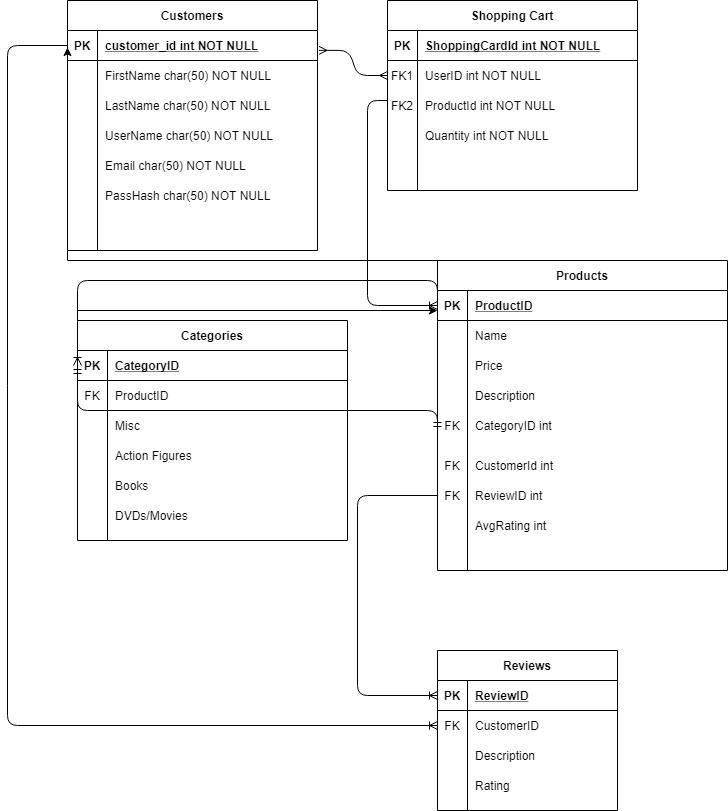
carter-willey/StarWars-ECommerce-Backend keeps this draw.io diagram as StarWarsERD.png. Above is the earlier version. Source tidied: cells renumbered, new cells last; positions are measured from the earlier drawing's top-left corner, leaving out a move shared by most shapes.
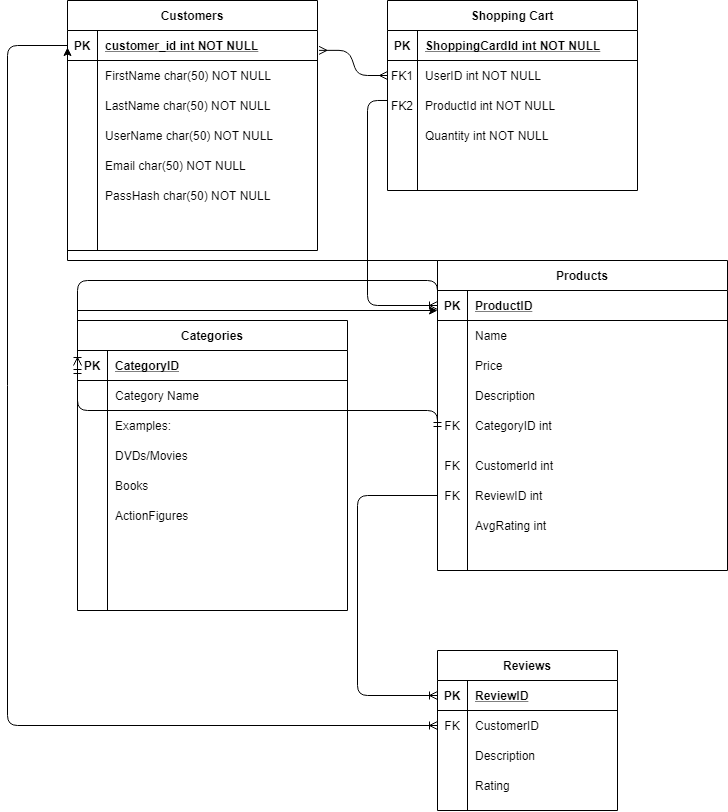
After the commit.

Commit message:
updated ERD and specifically the Product/Category relationship

The edit, as a diff of the source:
```diff
@@ -114,7 +114,7 @@
       <mxGeometry x="30" width="260" height="30" as="geometry" />
     </mxCell>
     <mxCell id="39" value="Categories" style="shape=table;startSize=30;rowLines=0;fontStyle=1;align=center;" parent="1" vertex="1">
-      <mxGeometry x="70" y="320" width="270" height="220" as="geometry" />
+      <mxGeometry x="70" y="320" width="270" height="290" as="geometry" />
     </mxCell>
     <mxCell id="40" style="shape=partialRectangle;fillColor=none;top=0;left=0;bottom=1;right=0;points=[[0,0.5],[1,0.5]];portConstraint=eastwest;" parent="39" vertex="1">
       <mxGeometry y="30" width="270" height="30" as="geometry" />
@@ -125,31 +125,22 @@
     <mxCell id="42" value="CategoryID" style="shape=partialRectangle;fillColor=none;top=0;left=0;bottom=0;right=0;align=left;spacingLeft=6;fontStyle=5;overflow=hidden;" parent="40" vertex="1">
       <mxGeometry x="30" width="240" height="30" as="geometry" />
     </mxCell>
-    <mxCell id="43" style="shape=partialRectangle;fillColor=none;top=0;left=0;bottom=0;right=0;points=[[0,0.5],[1,0.5]];portConstraint=eastwest;" parent="39" vertex="1">
-      <mxGeometry y="60" width="270" height="30" as="geometry" />
-    </mxCell>
-    <mxCell id="44" value="FK" style="shape=partialRectangle;fillColor=none;top=0;left=0;bottom=0;right=0;overflow=hidden;" parent="43" vertex="1">
-      <mxGeometry width="30" height="30" as="geometry" />
-    </mxCell>
-    <mxCell id="45" value="ProductID" style="shape=partialRectangle;fillColor=none;top=0;left=0;bottom=0;right=0;align=left;spacingLeft=6;overflow=hidden;" parent="43" vertex="1">
-      <mxGeometry x="30" width="240" height="30" as="geometry" />
-    </mxCell>
     <mxCell id="46" style="shape=partialRectangle;fillColor=none;top=0;left=0;bottom=0;right=0;" parent="39" vertex="1">
-      <mxGeometry y="90" width="270" height="30" as="geometry" />
+      <mxGeometry y="60" width="270" height="30" as="geometry" />
     </mxCell>
     <mxCell id="47" style="shape=partialRectangle;fillColor=none;top=0;left=0;bottom=0;right=0;overflow=hidden;" parent="46" vertex="1">
       <mxGeometry width="30" height="30" as="geometry" />
     </mxCell>
-    <mxCell id="48" value="Misc" style="shape=partialRectangle;fillColor=none;top=0;left=0;bottom=0;right=0;align=left;spacingLeft=6;overflow=hidden;" parent="46" vertex="1">
+    <mxCell id="48" value="Category Name" style="shape=partialRectangle;fillColor=none;top=0;left=0;bottom=0;right=0;align=left;spacingLeft=6;overflow=hidden;" parent="46" vertex="1">
       <mxGeometry x="30" width="240" height="30" as="geometry" />
     </mxCell>
     <mxCell id="49" style="shape=partialRectangle;fillColor=none;top=0;left=0;bottom=0;right=0;" parent="39" vertex="1">
-      <mxGeometry y="120" width="270" height="30" as="geometry" />
+      <mxGeometry y="90" width="270" height="30" as="geometry" />
     </mxCell>
     <mxCell id="50" style="shape=partialRectangle;fillColor=none;top=0;left=0;bottom=0;right=0;overflow=hidden;" parent="49" vertex="1">
       <mxGeometry width="30" height="30" as="geometry" />
     </mxCell>
-    <mxCell id="51" value="Action Figures" style="shape=partialRectangle;fillColor=none;top=0;left=0;bottom=0;right=0;align=left;spacingLeft=6;overflow=hidden;" parent="49" vertex="1">
+    <mxCell id="51" value="Examples:" style="shape=partialRectangle;fillColor=none;top=0;left=0;bottom=0;right=0;align=left;spacingLeft=6;overflow=hidden;" parent="49" vertex="1">
       <mxGeometry x="30" width="240" height="30" as="geometry" />
     </mxCell>
     <mxCell id="52" style="shape=partialRectangle;fillColor=none;top=0;left=0;bottom=0;right=0;" parent="1" vertex="1">
@@ -162,7 +153,7 @@
       <mxGeometry x="30" width="240" height="30" as="geometry" />
     </mxCell>
     <mxCell id="55" style="shape=partialRectangle;fillColor=none;top=0;left=0;bottom=0;right=0;" parent="1" vertex="1">
-      <mxGeometry x="70" y="500" width="270" height="30" as="geometry" />
+      <mxGeometry x="70" y="440" width="270" height="30" as="geometry" />
     </mxCell>
     <mxCell id="56" style="shape=partialRectangle;fillColor=none;top=0;left=0;bottom=0;right=0;overflow=hidden;" parent="55" vertex="1">
       <mxGeometry width="30" height="30" as="geometry" />
@@ -291,13 +282,23 @@
         </Array>
       </mxGeometry>
     </mxCell>
-    <mxCell id="89" style="edgeStyle=elbowEdgeStyle;rounded=0;jettySize=auto;elbow=vertical;html=1;exitX=0;exitY=0.5;exitDx=0;exitDy=0;" parent="1" edge="1" source="43">
+    <mxCell id="89" style="edgeStyle=elbowEdgeStyle;rounded=0;orthogonalLoop=1;jettySize=auto;elbow=vertical;html=1;exitX=0;exitY=0.5;exitDx=0;exitDy=0;" parent="1" edge="1">
       <mxGeometry relative="1" as="geometry">
+        <mxPoint x="70" y="395" as="sourcePoint" />
         <mxPoint x="430" y="310" as="targetPoint" />
         <Array as="points">
           <mxPoint x="260" y="310" />
         </Array>
       </mxGeometry>
     </mxCell>
+    <mxCell id="90" style="shape=partialRectangle;fillColor=none;top=0;left=0;bottom=0;right=0;" parent="1" vertex="1">
+      <mxGeometry x="70" y="500" width="270" height="30" as="geometry" />
+    </mxCell>
+    <mxCell id="91" style="shape=partialRectangle;fillColor=none;top=0;left=0;bottom=0;right=0;overflow=hidden;" parent="90" vertex="1">
+      <mxGeometry width="30" height="30" as="geometry" />
+    </mxCell>
+    <mxCell id="92" value="ActionFigures" style="shape=partialRectangle;fillColor=none;top=0;left=0;bottom=0;right=0;align=left;spacingLeft=6;overflow=hidden;" parent="90" vertex="1">
+      <mxGeometry x="30" width="240" height="30" as="geometry" />
+    </mxCell>
   </root>
 </mxGraphModel>
```
